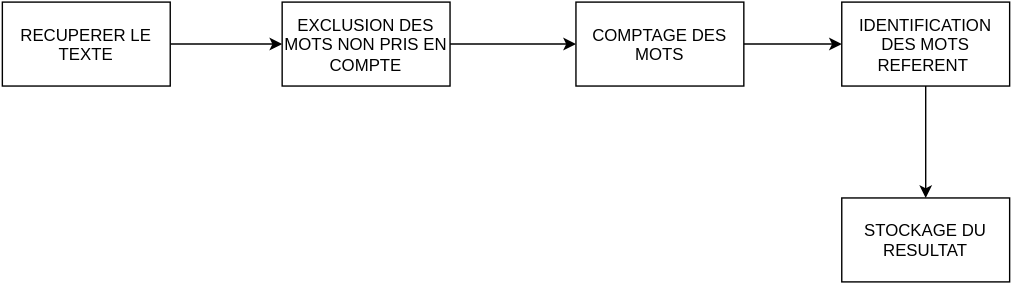
Before: 29-04/Processus.svg, a diagram exported from draw.io (Zeriuno/crawler). Source tidied: cells renumbered, new cells last; positions are measured from the earlier drawing's top-left corner, leaving out a move shared by most shapes.
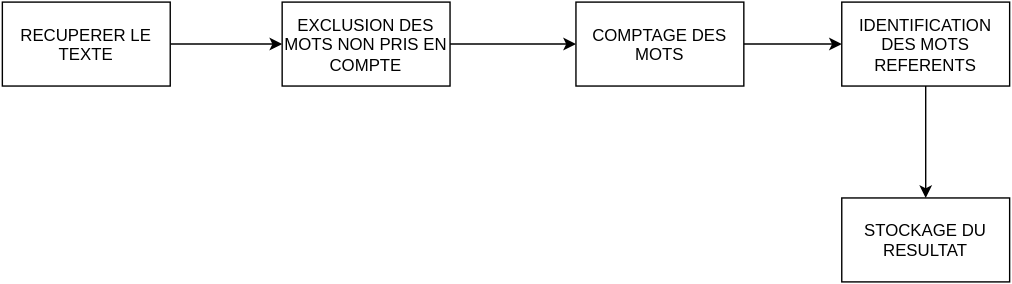
Above is the later version.

Commit message:
Changements à Processus (plus de couleurs)

Diff of the diagram source:
```diff
@@ -23,7 +23,7 @@
     <mxCell id="8" style="edgeStyle=orthogonalEdgeStyle;rounded=1;html=1;entryX=0.5;entryY=0;jettySize=auto;" parent="1" edge="1" source="9" target="10">
       <mxGeometry relative="1" as="geometry" />
     </mxCell>
-    <mxCell id="9" value="IDENTIFICATION DES MOTS REFERENT&amp;nbsp;" style="whiteSpace=wrap;html=1;" parent="1" vertex="1">
+    <mxCell id="9" value="IDENTIFICATION DES MOTS REFERENTS" style="whiteSpace=wrap;html=1;" parent="1" vertex="1">
       <mxGeometry x="600" width="120" height="60" as="geometry" />
     </mxCell>
     <mxCell id="10" value="STOCKAGE DU RESULTAT" style="whiteSpace=wrap;html=1;" parent="1" vertex="1">
```
